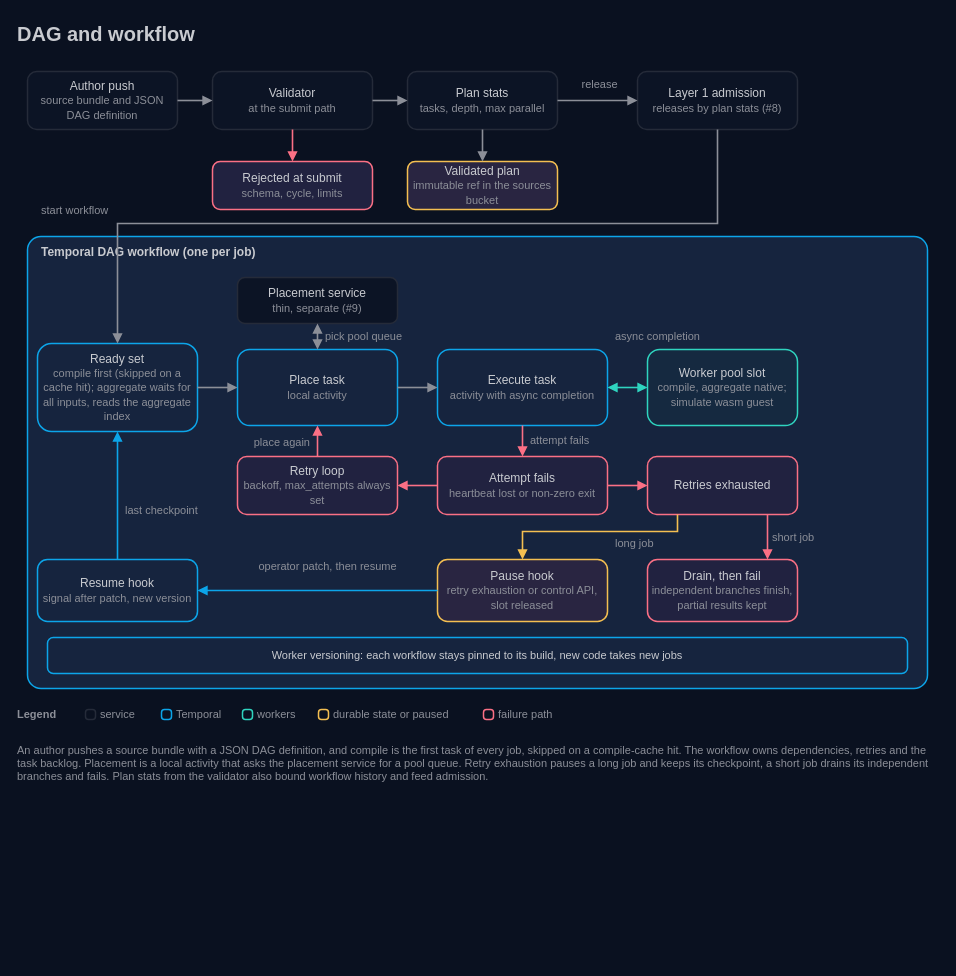
Before: docs/architecture/12-dag-and-workflow.drawio in AndoNorth/wasm-dag-forge, a draw.io diagram. Source tidied: cells renumbered, new cells numbered last; positions are measured from the earlier drawing's top-left corner, leaving out a move shared by most shapes. Both pictures are drawn from the tidied source at 100%, with x=0, y=0 at pixel (17, 17).
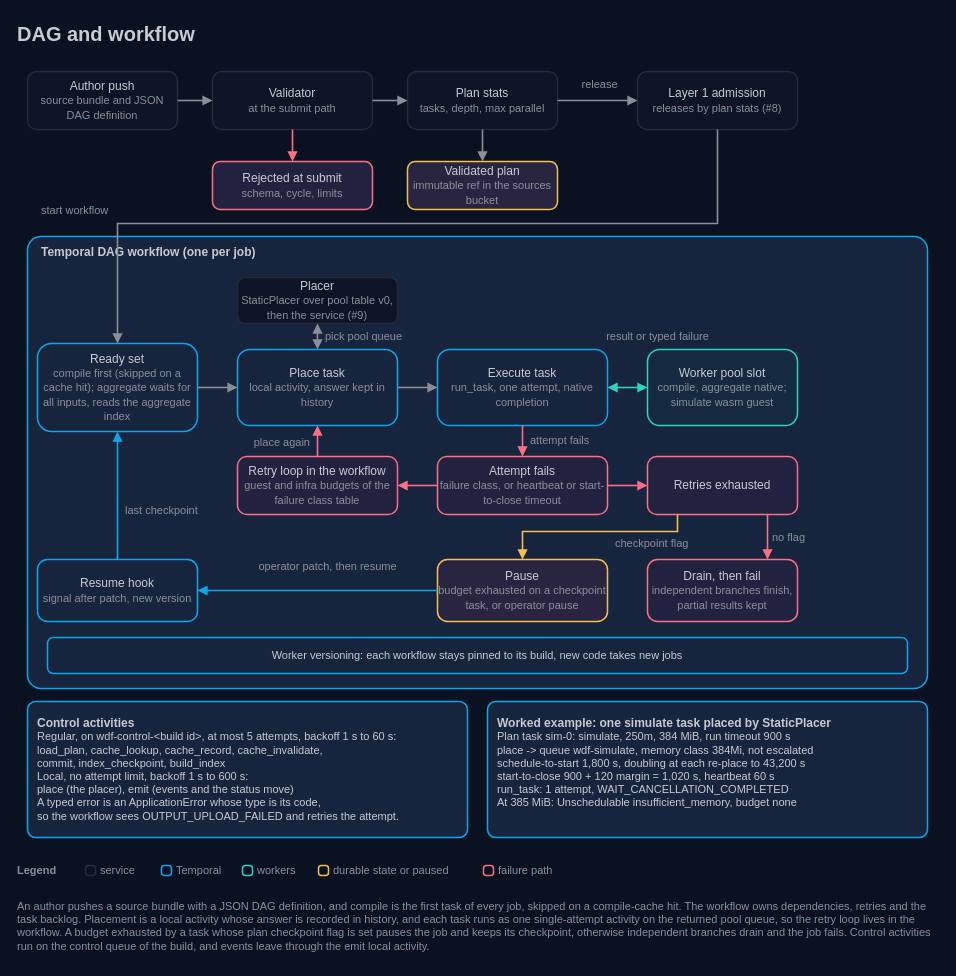
Above is the later version.

What changed in the source:
```diff
@@
-    <mxCell id="17" value="Place task&lt;br&gt;&lt;font color=&quot;#8c8f98&quot; style=&quot;font-size:11px&quot;&gt;local activity&lt;/font&gt;" style="rounded=1;arcSize=16;html=1;whiteSpace=wrap;fillColor=#16243e;strokeColor=#0ca5e9;strokeWidth=1.5;fontColor=#c9cbd0;fontSize=12;fontFamily=IBM Plex Sans;align=center;verticalAlign=middle;" parent="1" vertex="1">
+    <mxCell id="17" value="Place task&lt;br&gt;&lt;font color=&quot;#8c8f98&quot; style=&quot;font-size:11px&quot;&gt;local activity, answer kept in history&lt;/font&gt;" style="rounded=1;arcSize=16;html=1;whiteSpace=wrap;fillColor=#16243e;strokeColor=#0ca5e9;strokeWidth=1.5;fontColor=#c9cbd0;fontSize=12;fontFamily=IBM Plex Sans;align=center;verticalAlign=middle;" parent="1" vertex="1">
       <mxGeometry x="220" y="332" width="160" height="76" as="geometry" />
     </mxCell>
-    <mxCell id="18" value="Placement service&lt;br&gt;&lt;font color=&quot;#8c8f98&quot; style=&quot;font-size:11px&quot;&gt;thin, separate (#9)&lt;/font&gt;" style="rounded=1;arcSize=16;html=1;whiteSpace=wrap;fillColor=#0c1425;strokeColor=#252b39;strokeWidth=1.5;fontColor=#c9cbd0;fontSize=12;fontFamily=IBM Plex Sans;align=center;verticalAlign=middle;" parent="1" vertex="1">
+    <mxCell id="18" value="Placer&lt;br&gt;&lt;font color=&quot;#8c8f98&quot; style=&quot;font-size:11px&quot;&gt;StaticPlacer over pool table v0, then the service (#9)&lt;/font&gt;" style="rounded=1;arcSize=16;html=1;whiteSpace=wrap;fillColor=#0c1425;strokeColor=#252b39;strokeWidth=1.5;fontColor=#c9cbd0;fontSize=12;fontFamily=IBM Plex Sans;align=center;verticalAlign=middle;" parent="1" vertex="1">
       <mxGeometry x="220" y="260" width="160" height="46" as="geometry" />
     </mxCell>
@@
-    <mxCell id="20" value="Execute task&lt;br&gt;&lt;font color=&quot;#8c8f98&quot; style=&quot;font-size:11px&quot;&gt;activity with async completion&lt;/font&gt;" style="rounded=1;arcSize=16;html=1;whiteSpace=wrap;fillColor=#16243e;strokeColor=#0ca5e9;strokeWidth=1.5;fontColor=#c9cbd0;fontSize=12;fontFamily=IBM Plex Sans;align=center;verticalAlign=middle;" parent="1" vertex="1">
+    <mxCell id="20" value="Execute task&lt;br&gt;&lt;font color=&quot;#8c8f98&quot; style=&quot;font-size:11px&quot;&gt;run_task, one attempt, native completion&lt;/font&gt;" style="rounded=1;arcSize=16;html=1;whiteSpace=wrap;fillColor=#16243e;strokeColor=#0ca5e9;strokeWidth=1.5;fontColor=#c9cbd0;fontSize=12;fontFamily=IBM Plex Sans;align=center;verticalAlign=middle;" parent="1" vertex="1">
       <mxGeometry x="420" y="332" width="170" height="76" as="geometry" />
     </mxCell>
@@
-    <mxCell id="22" value="Retry loop&lt;br&gt;&lt;font color=&quot;#8c8f98&quot; style=&quot;font-size:11px&quot;&gt;backoff, max_attempts always set&lt;/font&gt;" style="rounded=1;arcSize=16;html=1;whiteSpace=wrap;fillColor=#212240;strokeColor=#fb7085;strokeWidth=1.5;fontColor=#c9cbd0;fontSize=12;fontFamily=IBM Plex Sans;align=center;verticalAlign=middle;" parent="1" vertex="1">
+    <mxCell id="22" value="Retry loop in the workflow&lt;br&gt;&lt;font color=&quot;#8c8f98&quot; style=&quot;font-size:11px&quot;&gt;guest and infra budgets of the failure class table&lt;/font&gt;" style="rounded=1;arcSize=16;html=1;whiteSpace=wrap;fillColor=#212240;strokeColor=#fb7085;strokeWidth=1.5;fontColor=#c9cbd0;fontSize=12;fontFamily=IBM Plex Sans;align=center;verticalAlign=middle;" parent="1" vertex="1">
       <mxGeometry x="220" y="439" width="160" height="58" as="geometry" />
     </mxCell>
-    <mxCell id="23" value="Attempt fails&lt;br&gt;&lt;font color=&quot;#8c8f98&quot; style=&quot;font-size:11px&quot;&gt;heartbeat lost or non-zero exit&lt;/font&gt;" style="rounded=1;arcSize=16;html=1;whiteSpace=wrap;fillColor=#212240;strokeColor=#fb7085;strokeWidth=1.5;fontColor=#c9cbd0;fontSize=12;fontFamily=IBM Plex Sans;align=center;verticalAlign=middle;" parent="1" vertex="1">
+    <mxCell id="23" value="Attempt fails&lt;br&gt;&lt;font color=&quot;#8c8f98&quot; style=&quot;font-size:11px&quot;&gt;failure class, or heartbeat or start-to-close timeout&lt;/font&gt;" style="rounded=1;arcSize=16;html=1;whiteSpace=wrap;fillColor=#212240;strokeColor=#fb7085;strokeWidth=1.5;fontColor=#c9cbd0;fontSize=12;fontFamily=IBM Plex Sans;align=center;verticalAlign=middle;" parent="1" vertex="1">
       <mxGeometry x="420" y="439" width="170" height="58" as="geometry" />
     </mxCell>
@@
-    <mxCell id="25" value="Pause hook&lt;br&gt;&lt;font color=&quot;#8c8f98&quot; style=&quot;font-size:11px&quot;&gt;retry exhaustion or control API, slot released&lt;/font&gt;" style="rounded=1;arcSize=16;html=1;whiteSpace=wrap;fillColor=#292541;strokeColor=#f4bf51;strokeWidth=1.5;fontColor=#c9cbd0;fontSize=12;fontFamily=IBM Plex Sans;align=center;verticalAlign=middle;" parent="1" vertex="1">
+    <mxCell id="25" value="Pause&lt;br&gt;&lt;font color=&quot;#8c8f98&quot; style=&quot;font-size:11px&quot;&gt;budget exhausted on a checkpoint task, or operator pause&lt;/font&gt;" style="rounded=1;arcSize=16;html=1;whiteSpace=wrap;fillColor=#292541;strokeColor=#f4bf51;strokeWidth=1.5;fontColor=#c9cbd0;fontSize=12;fontFamily=IBM Plex Sans;align=center;verticalAlign=middle;" parent="1" vertex="1">
       <mxGeometry x="420" y="542" width="170" height="62" as="geometry" />
     </mxCell>
@@
-    <mxCell id="36" value="async completion" style="text;html=1;strokeColor=none;fillColor=none;align=center;verticalAlign=middle;whiteSpace=nowrap;fontColor=#8c8f98;fontSize=11;fontFamily=IBM Plex Sans;spacing=0;" parent="1" vertex="1">
+    <mxCell id="36" value="result or typed failure" style="text;html=1;strokeColor=none;fillColor=none;align=center;verticalAlign=middle;whiteSpace=nowrap;fontColor=#8c8f98;fontSize=11;fontFamily=IBM Plex Sans;spacing=0;" parent="1" vertex="1">
       <mxGeometry x="565" y="310" width="150" height="18" as="geometry" />
     </mxCell>
@@
-    <mxCell id="44" value="long job" style="text;html=1;strokeColor=none;fillColor=none;align=left;verticalAlign=middle;whiteSpace=nowrap;fontColor=#8c8f98;fontSize=11;fontFamily=IBM Plex Sans;spacing=0;" parent="1" vertex="1">
+    <mxCell id="44" value="checkpoint flag" style="text;html=1;strokeColor=none;fillColor=none;align=left;verticalAlign=middle;whiteSpace=nowrap;fontColor=#8c8f98;fontSize=11;fontFamily=IBM Plex Sans;spacing=0;" parent="1" vertex="1">
       <mxGeometry x="598" y="517" width="60" height="18" as="geometry" />
     </mxCell>
@@
-    <mxCell id="46" value="short job" style="text;html=1;strokeColor=none;fillColor=none;align=left;verticalAlign=middle;whiteSpace=nowrap;fontColor=#8c8f98;fontSize=11;fontFamily=IBM Plex Sans;spacing=0;" parent="1" vertex="1">
+    <mxCell id="46" value="no flag" style="text;html=1;strokeColor=none;fillColor=none;align=left;verticalAlign=middle;whiteSpace=nowrap;fontColor=#8c8f98;fontSize=11;fontFamily=IBM Plex Sans;spacing=0;" parent="1" vertex="1">
       <mxGeometry x="755" y="511" width="70" height="18" as="geometry" />
     </mxCell>
@@
+    <mxCell id="63" value="&lt;b style=&quot;font-size:12px&quot;&gt;Control activities&lt;/b&gt;&lt;br&gt;Regular, on wdf-control-&amp;lt;build id&amp;gt;, at most 5 attempts, backoff 1 s to 60 s:&lt;br&gt;  load_plan, cache_lookup, cache_record, cache_invalidate,&lt;br&gt;  commit, index_checkpoint, build_index&lt;br&gt;Local, no attempt limit, backoff 1 s to 600 s:&lt;br&gt;  place (the placer), emit (events and the status move)&lt;br&gt;A typed error is an ApplicationError whose type is its code,&lt;br&gt;so the workflow sees OUTPUT_UPLOAD_FAILED and retries the attempt." style="rounded=1;arcSize=6;html=1;whiteSpace=wrap;fillColor=#16243e;strokeColor=#0ca5e9;strokeWidth=1.5;fontColor=#c9cbd0;fontSize=11;fontFamily=IBM Plex Sans;align=left;verticalAlign=top;spacing=10;" parent="1" vertex="1">
+      <mxGeometry x="10" y="684" width="440" height="136" as="geometry" />
+    </mxCell>
+    <mxCell id="64" value="&lt;b style=&quot;font-size:12px&quot;&gt;Worked example: one simulate task placed by StaticPlacer&lt;/b&gt;&lt;br&gt;Plan task sim-0: simulate, 250m, 384 MiB, run timeout 900 s&lt;br&gt;place -&amp;gt; queue wdf-simulate, memory class 384Mi, not escalated&lt;br&gt;schedule-to-start 1,800 s, doubling at each re-place to 43,200 s&lt;br&gt;start-to-close 900 + 120 margin = 1,020 s, heartbeat 60 s&lt;br&gt;run_task: 1 attempt, WAIT_CANCELLATION_COMPLETED&lt;br&gt;At 385 MiB: Unschedulable insufficient_memory, budget none" style="rounded=1;arcSize=6;html=1;whiteSpace=wrap;fillColor=#16243e;strokeColor=#0ca5e9;strokeWidth=1.5;fontColor=#c9cbd0;fontSize=11;fontFamily=IBM Plex Sans;align=left;verticalAlign=top;spacing=10;" parent="1" vertex="1">
+      <mxGeometry x="470" y="684" width="440" height="136" as="geometry" />
+    </mxCell>
     <mxCell id="51" value="Legend" style="text;html=1;strokeColor=none;fillColor=none;align=left;verticalAlign=middle;whiteSpace=nowrap;fontColor=#8c8f98;fontSize=11;fontStyle=1;fontFamily=IBM Plex Mono;spacing=0;" parent="1" vertex="1">
-      <mxGeometry y="688" width="60" height="18" as="geometry" />
+      <mxGeometry y="844" width="60" height="18" as="geometry" />
     </mxCell>
     <mxCell id="52" style="rounded=1;arcSize=30;html=1;fillColor=none;strokeColor=#252b39;strokeWidth=1.5;" parent="1" vertex="1">
-      <mxGeometry x="68" y="692" width="10" height="10" as="geometry" />
+      <mxGeometry x="68" y="848" width="10" height="10" as="geometry" />
     </mxCell>
     <mxCell id="53" value="service" style="text;html=1;strokeColor=none;fillColor=none;align=left;verticalAlign=middle;whiteSpace=nowrap;fontColor=#8c8f98;fontSize=11;fontFamily=IBM Plex Sans;spacing=0;" parent="1" vertex="1">
-      <mxGeometry x="83" y="688" width="47" height="18" as="geometry" />
+      <mxGeometry x="83" y="844" width="47" height="18" as="geometry" />
     </mxCell>
     <mxCell id="54" style="rounded=1;arcSize=30;html=1;fillColor=none;strokeColor=#0ca5e9;strokeWidth=1.5;" parent="1" vertex="1">
-      <mxGeometry x="144" y="692" width="10" height="10" as="geometry" />
+      <mxGeometry x="144" y="848" width="10" height="10" as="geometry" />
     </mxCell>
     <mxCell id="55" value="Temporal" style="text;html=1;strokeColor=none;fillColor=none;align=left;verticalAlign=middle;whiteSpace=nowrap;fontColor=#8c8f98;fontSize=11;fontFamily=IBM Plex Sans;spacing=0;" parent="1" vertex="1">
-      <mxGeometry x="159" y="688" width="52" height="18" as="geometry" />
+      <mxGeometry x="159" y="844" width="52" height="18" as="geometry" />
     </mxCell>
     <mxCell id="56" style="rounded=1;arcSize=30;html=1;fillColor=none;strokeColor=#2fd4bf;strokeWidth=1.5;" parent="1" vertex="1">
-      <mxGeometry x="225" y="692" width="10" height="10" as="geometry" />
+      <mxGeometry x="225" y="848" width="10" height="10" as="geometry" />
     </mxCell>
     <mxCell id="57" value="workers" style="text;html=1;strokeColor=none;fillColor=none;align=left;verticalAlign=middle;whiteSpace=nowrap;fontColor=#8c8f98;fontSize=11;fontFamily=IBM Plex Sans;spacing=0;" parent="1" vertex="1">
-      <mxGeometry x="240" y="688" width="47" height="18" as="geometry" />
+      <mxGeometry x="240" y="844" width="47" height="18" as="geometry" />
     </mxCell>
     <mxCell id="58" style="rounded=1;arcSize=30;html=1;fillColor=none;strokeColor=#f4bf51;strokeWidth=1.5;" parent="1" vertex="1">
-      <mxGeometry x="301" y="692" width="10" height="10" as="geometry" />
+      <mxGeometry x="301" y="848" width="10" height="10" as="geometry" />
     </mxCell>
     <mxCell id="59" value="durable state or paused" style="text;html=1;strokeColor=none;fillColor=none;align=left;verticalAlign=middle;whiteSpace=nowrap;fontColor=#8c8f98;fontSize=11;fontFamily=IBM Plex Sans;spacing=0;" parent="1" vertex="1">
-      <mxGeometry x="316" y="688" width="136" height="18" as="geometry" />
+      <mxGeometry x="316" y="844" width="136" height="18" as="geometry" />
     </mxCell>
     <mxCell id="60" style="rounded=1;arcSize=30;html=1;fillColor=none;strokeColor=#fb7085;strokeWidth=1.5;" parent="1" vertex="1">
-      <mxGeometry x="466" y="692" width="10" height="10" as="geometry" />
+      <mxGeometry x="466" y="848" width="10" height="10" as="geometry" />
     </mxCell>
     <mxCell id="61" value="failure path" style="text;html=1;strokeColor=none;fillColor=none;align=left;verticalAlign=middle;whiteSpace=nowrap;fontColor=#8c8f98;fontSize=11;fontFamily=IBM Plex Sans;spacing=0;" parent="1" vertex="1">
-      <mxGeometry x="481" y="688" width="75" height="18" as="geometry" />
+      <mxGeometry x="481" y="844" width="75" height="18" as="geometry" />
     </mxCell>
-    <mxCell id="62" value="An author pushes a source bundle with a JSON DAG definition, and compile is the first task of every job, skipped on a compile-cache hit. The workflow owns dependencies, retries and the task backlog. Placement is a local activity that asks the placement service for a pool queue. Retry exhaustion pauses a long job and keeps its checkpoint, a short job drains its independent branches and fails. Plan stats from the validator also bound workflow history and feed admission." style="text;html=1;strokeColor=none;fillColor=none;align=left;verticalAlign=top;whiteSpace=wrap;fontColor=#8c8f98;fontSize=11;fontFamily=IBM Plex Sans;spacing=0;" parent="1" vertex="1">
-      <mxGeometry y="722" width="920" height="64" as="geometry" />
+    <mxCell id="62" value="An author pushes a source bundle with a JSON DAG definition, and compile is the first task of every job, skipped on a compile-cache hit. The workflow owns dependencies, retries and the task backlog. Placement is a local activity whose answer is recorded in history, and each task runs as one single-attempt activity on the returned pool queue, so the retry loop lives in the workflow. A budget exhausted by a task whose plan checkpoint flag is set pauses the job and keeps its checkpoint, otherwise independent branches drain and the job fails. Control activities run on the control queue of the build, and events leave through the emit local activity." style="text;html=1;strokeColor=none;fillColor=none;align=left;verticalAlign=top;whiteSpace=wrap;fontColor=#8c8f98;fontSize=11;fontFamily=IBM Plex Sans;spacing=0;" parent="1" vertex="1">
+      <mxGeometry y="878" width="920" height="64" as="geometry" />
     </mxCell>
```
